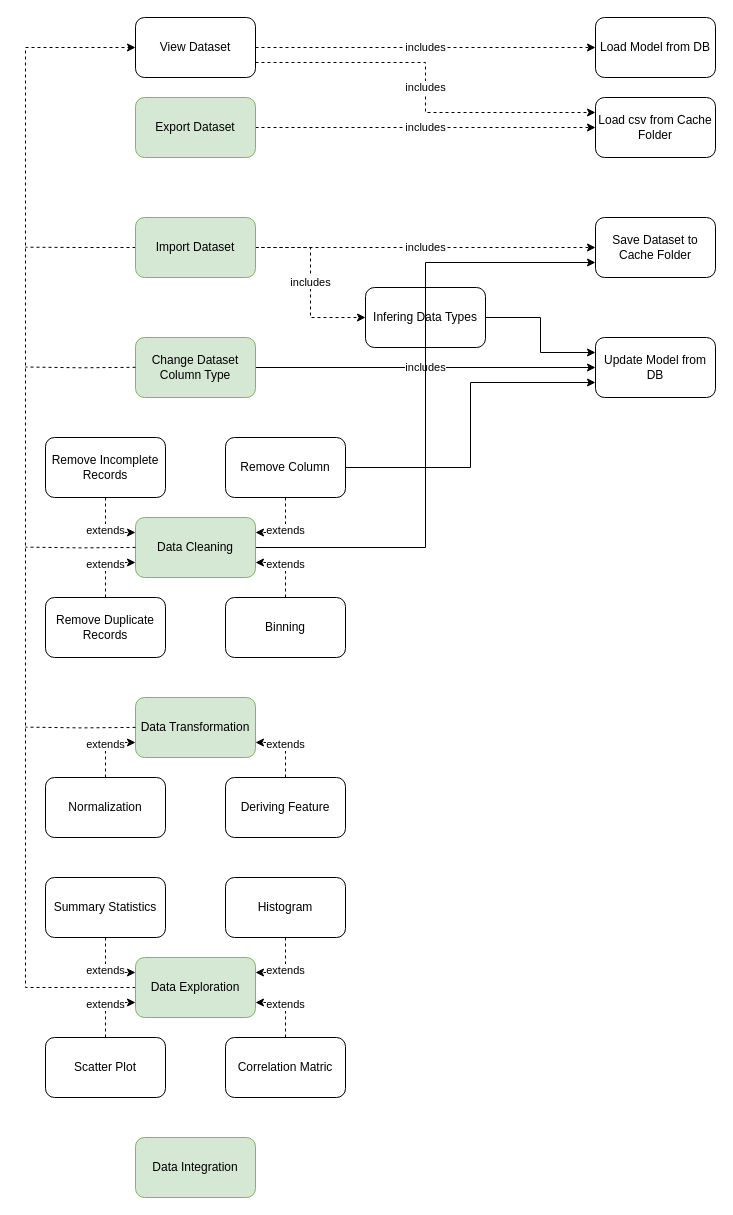
The draw.io diagram UML.drawio in charlie275691502/InferringDatasetWebsite, before the edit. Source tidied: cells renumbered, new cells numbered last; positions are measured from the earlier drawing's top-left corner, leaving out a move shared by most shapes. Both pictures are drawn from the tidied source at 100%, with x=0, y=0 at pixel (25, 17).
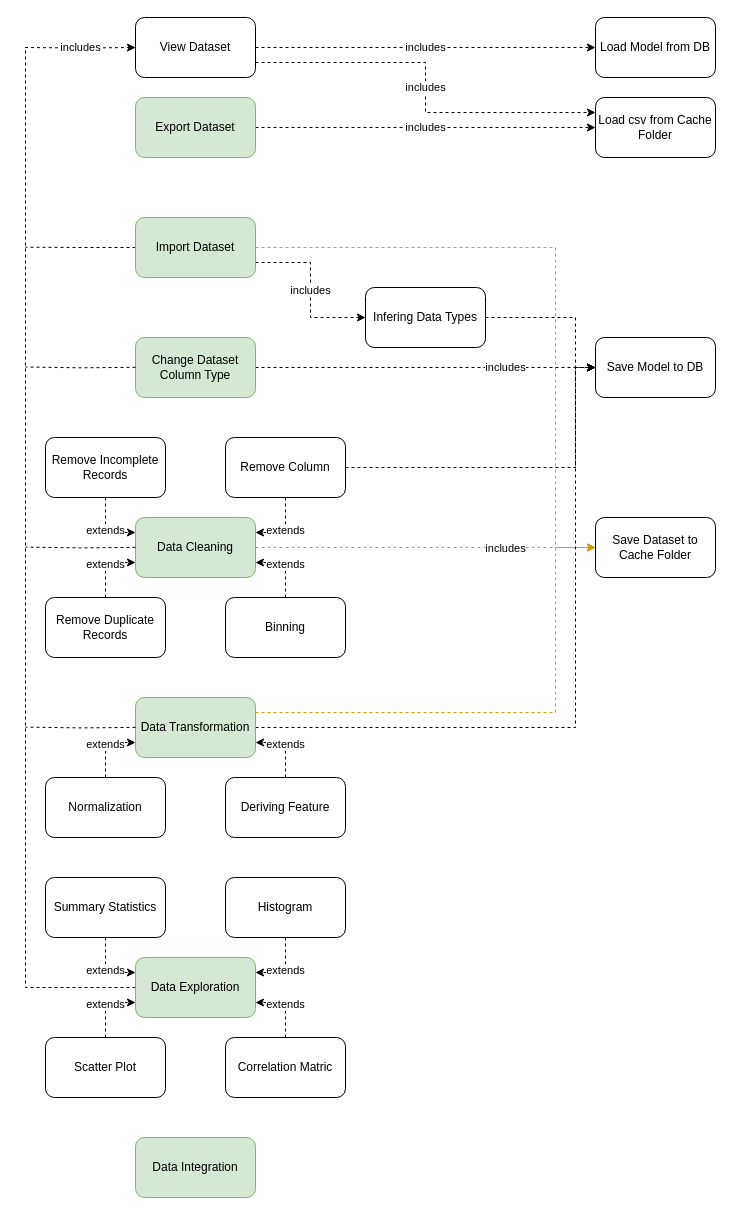
The same diagram, later.

The change refers to these unchanged cells:
```xml
<mxCell id="5" value="Import Dataset" style="rounded=1;whiteSpace=wrap;html=1;fillColor=#d5e8d4;strokeColor=#82b366;" parent="1" vertex="1">
  <mxGeometry x="110" y="200" width="120" height="60" as="geometry" />
</mxCell>
<mxCell id="6" value="View Dataset" style="rounded=1;whiteSpace=wrap;html=1;" parent="1" vertex="1">
  <mxGeometry x="110" width="120" height="60" as="geometry" />
</mxCell>
<mxCell id="8" value="Infering Data Types" style="rounded=1;whiteSpace=wrap;html=1;" parent="1" vertex="1">
  <mxGeometry x="340" y="270" width="120" height="60" as="geometry" />
</mxCell>
<mxCell id="18" value="Change Dataset Column Type" style="rounded=1;whiteSpace=wrap;html=1;fillColor=#d5e8d4;strokeColor=#82b366;" parent="1" vertex="1">
  <mxGeometry x="110" y="320" width="120" height="60" as="geometry" />
</mxCell>
<mxCell id="20" value="Data Cleaning" style="rounded=1;whiteSpace=wrap;html=1;fillColor=#d5e8d4;strokeColor=#82b366;" parent="1" vertex="1">
  <mxGeometry x="110" y="500" width="120" height="60" as="geometry" />
</mxCell>
<mxCell id="24" value="Remove Column" style="rounded=1;whiteSpace=wrap;html=1;" parent="1" vertex="1">
  <mxGeometry x="200" y="420" width="120" height="60" as="geometry" />
</mxCell>
<mxCell id="31" value="Data Transformation" style="rounded=1;whiteSpace=wrap;html=1;fillColor=#d5e8d4;strokeColor=#82b366;" parent="1" vertex="1">
  <mxGeometry x="110" y="680" width="120" height="60" as="geometry" />
</mxCell>
<mxCell id="37" value="Data Exploration" style="rounded=1;whiteSpace=wrap;html=1;fillColor=#d5e8d4;strokeColor=#82b366;" parent="1" vertex="1">
  <mxGeometry x="110" y="940" width="120" height="60" as="geometry" />
</mxCell>
```

The edit, as a diff of the source:
```diff
@@
-    <mxCell id="2" value="includes" style="edgeStyle=orthogonalEdgeStyle;rounded=0;jettySize=auto;html=1;exitX=1;exitY=0.5;exitDx=0;exitDy=0;entryX=0;entryY=0.5;entryDx=0;entryDy=0;dashed=1;" parent="1" edge="1" source="5" target="8">
+    <mxCell id="2" value="includes" style="edgeStyle=orthogonalEdgeStyle;rounded=0;jettySize=auto;html=1;exitX=1;exitY=0.75;exitDx=0;exitDy=0;entryX=0;entryY=0.5;entryDx=0;entryDy=0;dashed=1;" parent="1" edge="1" source="5" target="8">
       <mxGeometry relative="1" as="geometry" />
     </mxCell>
-    <mxCell id="3" value="includes" style="edgeStyle=orthogonalEdgeStyle;rounded=0;jettySize=auto;html=1;exitX=1;exitY=0.5;exitDx=0;exitDy=0;entryX=0;entryY=0.5;entryDx=0;entryDy=0;dashed=1;" parent="1" edge="1" source="5" target="9">
-      <mxGeometry relative="1" as="geometry" />
+    <mxCell id="3" style="edgeStyle=orthogonalEdgeStyle;rounded=0;jettySize=auto;html=1;exitX=1;exitY=0.5;exitDx=0;exitDy=0;entryX=0;entryY=0.5;entryDx=0;entryDy=0;dashed=1;fillColor=#ffe6cc;strokeColor=#d79b00;" parent="1" edge="1" source="5" target="9">
+      <mxGeometry relative="1" as="geometry">
+        <Array as="points">
+          <mxPoint x="530" y="230" />
+          <mxPoint x="530" y="530" />
+        </Array>
+      </mxGeometry>
     </mxCell>
@@
-    <mxCell id="7" style="edgeStyle=orthogonalEdgeStyle;rounded=0;jettySize=auto;html=1;exitX=1;exitY=0.5;exitDx=0;exitDy=0;entryX=0;entryY=0.25;entryDx=0;entryDy=0;" parent="1" edge="1" source="8" target="16">
-      <mxGeometry relative="1" as="geometry" />
+    <mxCell id="7" style="edgeStyle=orthogonalEdgeStyle;rounded=0;jettySize=auto;html=1;exitX=1;exitY=0.5;exitDx=0;exitDy=0;entryX=0;entryY=0.5;entryDx=0;entryDy=0;dashed=1;" parent="1" edge="1" target="16">
+      <mxGeometry relative="1" as="geometry">
+        <mxPoint x="460" y="300" as="sourcePoint" />
+        <Array as="points">
+          <mxPoint x="550" y="300" />
+          <mxPoint x="550" y="350" />
+        </Array>
+      </mxGeometry>
     </mxCell>
@@
     <mxCell id="9" value="Save Dataset to Cache Folder" style="rounded=1;whiteSpace=wrap;html=1;" parent="1" vertex="1">
-      <mxGeometry x="570" y="200" width="120" height="60" as="geometry" />
+      <mxGeometry x="570" y="500" width="120" height="60" as="geometry" />
     </mxCell>
@@
-    <mxCell id="16" value="Update Model from DB" style="rounded=1;whiteSpace=wrap;html=1;" parent="1" vertex="1">
+    <mxCell id="16" value="Save Model to DB" style="rounded=1;whiteSpace=wrap;html=1;" parent="1" vertex="1">
       <mxGeometry x="570" y="320" width="120" height="60" as="geometry" />
     </mxCell>
-    <mxCell id="17" value="includes" style="edgeStyle=orthogonalEdgeStyle;rounded=0;jettySize=auto;html=1;exitX=1;exitY=0.5;exitDx=0;exitDy=0;entryX=0;entryY=0.5;entryDx=0;entryDy=0;" parent="1" edge="1" source="18" target="16">
-      <mxGeometry relative="1" as="geometry" />
+    <mxCell id="17" value="includes" style="edgeStyle=orthogonalEdgeStyle;rounded=0;jettySize=auto;html=1;exitX=1;exitY=0.5;exitDx=0;exitDy=0;entryX=0;entryY=0.5;entryDx=0;entryDy=0;dashed=1;" parent="1" edge="1" source="18" target="16">
+      <mxGeometry x="0.47" relative="1" as="geometry" />
     </mxCell>
@@
-    <mxCell id="19" style="edgeStyle=orthogonalEdgeStyle;rounded=0;jettySize=auto;html=1;exitX=1;exitY=0.5;exitDx=0;exitDy=0;entryX=0;entryY=0.75;entryDx=0;entryDy=0;" parent="1" edge="1" source="20" target="9">
+    <mxCell id="19" style="edgeStyle=orthogonalEdgeStyle;rounded=0;jettySize=auto;html=1;exitX=1;exitY=0.5;exitDx=0;exitDy=0;dashed=1;fillColor=#ffe6cc;strokeColor=#d79b00;" parent="1" edge="1" source="20" target="9">
       <mxGeometry relative="1" as="geometry" />
     </mxCell>
+    <mxCell id="49" value="includes" style="edgeLabel;html=1;align=center;verticalAlign=middle;" parent="19" vertex="1">
+      <mxGeometry x="0.42" y="-2" relative="1" as="geometry">
+        <mxPoint x="8" y="-2" as="offset" />
+      </mxGeometry>
+    </mxCell>
@@
-    <mxCell id="23" style="edgeStyle=orthogonalEdgeStyle;rounded=0;jettySize=auto;html=1;exitX=1;exitY=0.5;exitDx=0;exitDy=0;entryX=0;entryY=0.75;entryDx=0;entryDy=0;" parent="1" edge="1" source="24" target="16">
-      <mxGeometry relative="1" as="geometry" />
+    <mxCell id="23" style="edgeStyle=orthogonalEdgeStyle;rounded=0;jettySize=auto;html=1;exitX=1;exitY=0.5;exitDx=0;exitDy=0;entryX=0;entryY=0.5;entryDx=0;entryDy=0;dashed=1;" parent="1" edge="1" source="24" target="16">
+      <mxGeometry x="-0.09" relative="1" as="geometry">
+        <Array as="points">
+          <mxPoint x="550" y="450" />
+          <mxPoint x="550" y="350" />
+        </Array>
+      </mxGeometry>
     </mxCell>
@@
+    <mxCell id="50" style="edgeStyle=orthogonalEdgeStyle;rounded=0;jettySize=auto;html=1;exitX=1;exitY=0.5;exitDx=0;exitDy=0;entryX=0;entryY=0.5;entryDx=0;entryDy=0;dashed=1;" parent="1" edge="1" source="31" target="16">
+      <mxGeometry relative="1" as="geometry">
+        <Array as="points">
+          <mxPoint x="550" y="710" />
+          <mxPoint x="550" y="350" />
+        </Array>
+      </mxGeometry>
+    </mxCell>
+    <mxCell id="51" style="edgeStyle=orthogonalEdgeStyle;rounded=0;jettySize=auto;html=1;exitX=1;exitY=0.25;exitDx=0;exitDy=0;entryX=0;entryY=0.5;entryDx=0;entryDy=0;dashed=1;fillColor=#ffe6cc;strokeColor=#d79b00;" parent="1" edge="1" source="31" target="9">
+      <mxGeometry relative="1" as="geometry">
+        <Array as="points">
+          <mxPoint x="530" y="695" />
+          <mxPoint x="530" y="530" />
+        </Array>
+      </mxGeometry>
+    </mxCell>
@@
-    <mxCell id="36" style="edgeStyle=orthogonalEdgeStyle;rounded=0;jettySize=auto;html=1;exitX=0;exitY=0.5;exitDx=0;exitDy=0;entryX=0;entryY=0.5;entryDx=0;entryDy=0;dashed=1;" parent="1" edge="1" source="37" target="6">
+    <mxCell id="36" style="edgeStyle=orthogonalEdgeStyle;rounded=0;jettySize=auto;html=1;exitX=0;exitY=0.5;exitDx=0;exitDy=0;dashed=1;endArrow=none;endFill=0;" parent="1" edge="1" source="37">
       <mxGeometry relative="1" as="geometry">
+        <mxPoint y="30" as="targetPoint" />
         <Array as="points">
           <mxPoint y="970" />
           <mxPoint y="30" />
         </Array>
       </mxGeometry>
     </mxCell>
@@
+    <mxCell id="52" value="includes" style="edgeStyle=orthogonalEdgeStyle;rounded=0;jettySize=auto;html=1;exitX=1;exitY=0.75;exitDx=0;exitDy=0;dashed=1;entryX=0;entryY=0.5;entryDx=0;entryDy=0;" parent="1" edge="1" target="6">
+      <mxGeometry relative="1" as="geometry">
+        <mxPoint x="-0.5" y="30" as="sourcePoint" />
+      </mxGeometry>
+    </mxCell>
```
